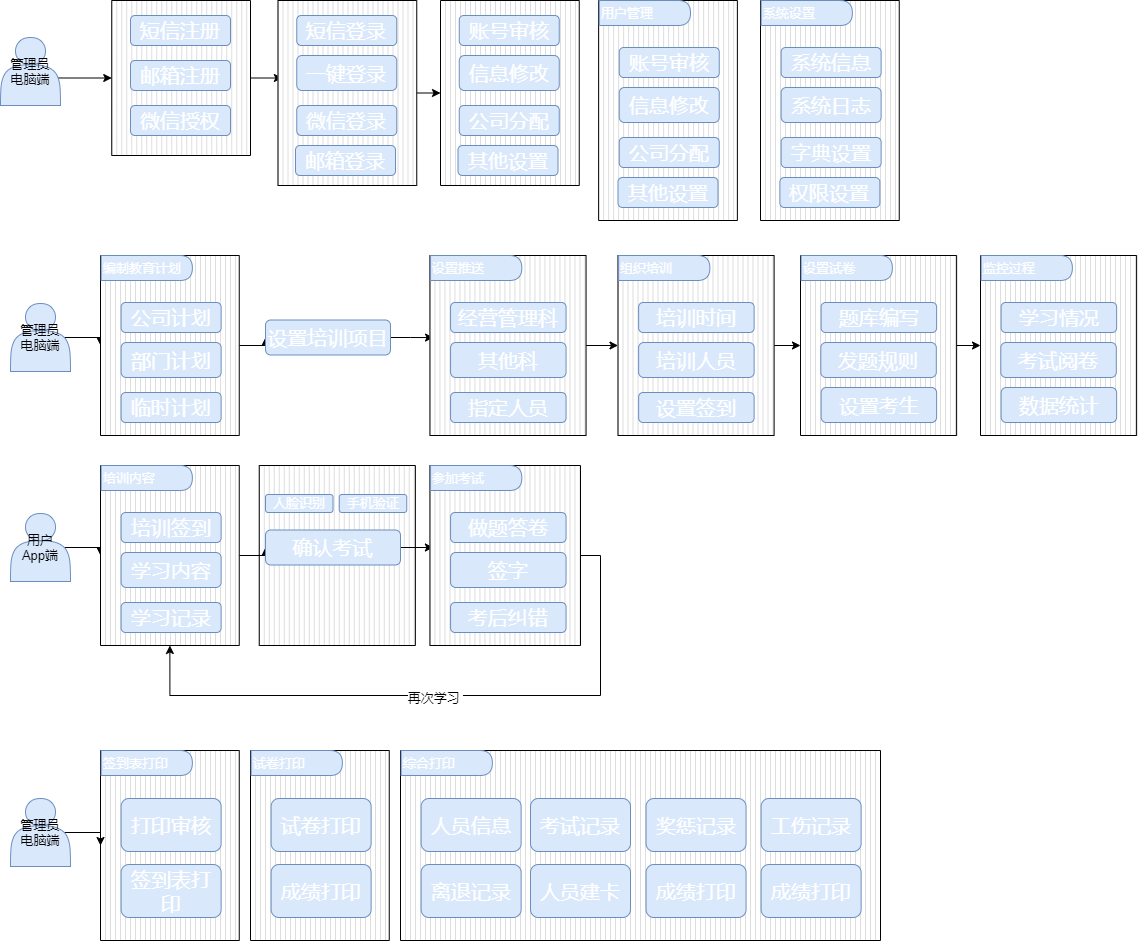
The draw.io diagram Untitled Diagram.drawio.png in lenonjone/Toolkits, before a commit. Source tidied: cells renumbered, new cells last; positions are measured from the earlier drawing's top-left corner, leaving out a move shared by most shapes.
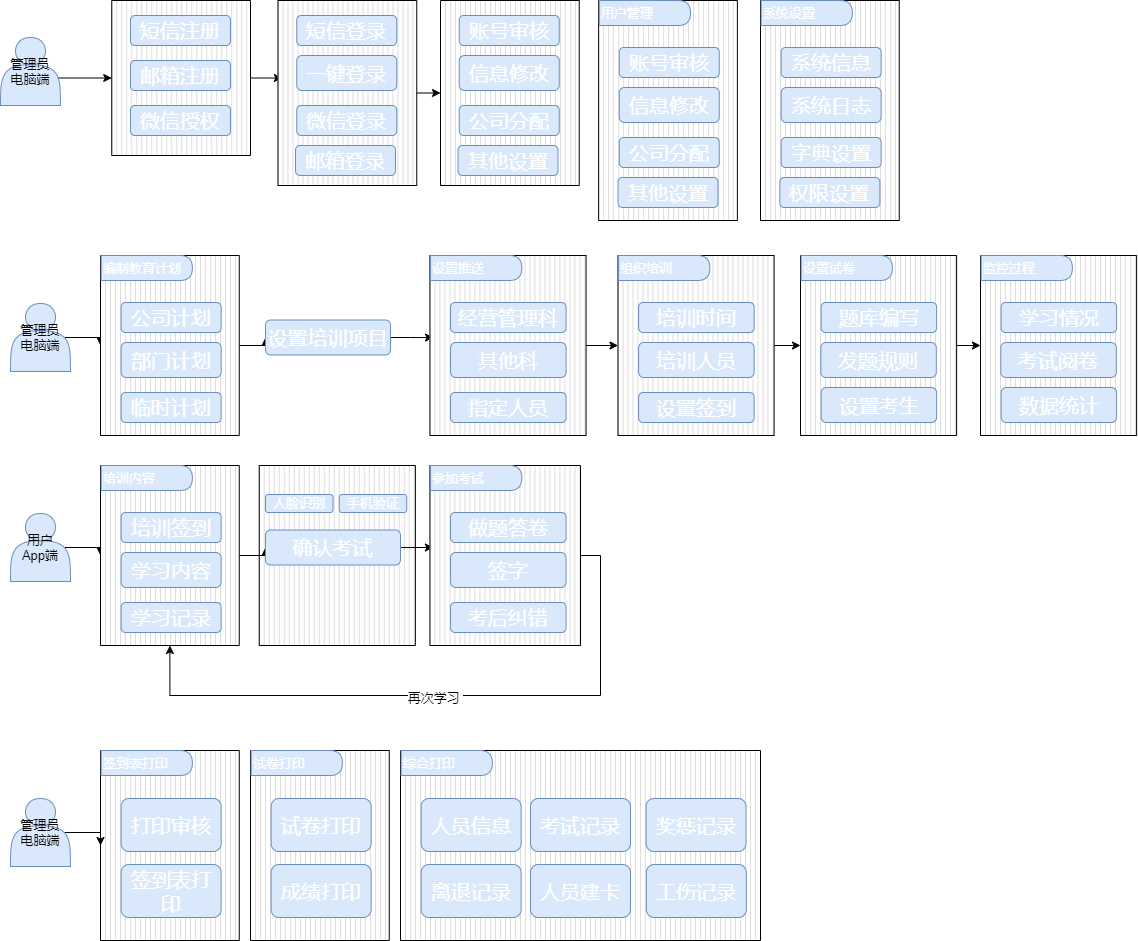
After the commit.

Diff of the diagram source:
```diff
@@ -290,7 +290,7 @@
       <mxGeometry x="250.6" y="750" width="91.2" height="25" as="geometry" />
     </mxCell>
     <mxCell id="95" style="verticalLabelPosition=bottom;verticalAlign=top;html=1;shape=mxgraph.basic.patternFillRect;fillStyle=vert;step=5;fillStrokeWidth=0.2;fillStrokeColor=#dddddd;fontSize=13;fontColor=#FFFFFF;" parent="1" vertex="1">
-      <mxGeometry x="400" y="750" width="480" height="190" as="geometry" />
+      <mxGeometry x="400" y="750" width="360" height="190" as="geometry" />
     </mxCell>
     <mxCell id="96" value="人员信息" style="rounded=1;whiteSpace=wrap;html=1;fillColor=#dae8fc;strokeColor=#6c8ebf;fontColor=#FFFFFF;fontStyle=0;fontSize=20;" parent="1" vertex="1">
       <mxGeometry x="420.6" y="798" width="100" height="53" as="geometry" />
@@ -310,14 +310,8 @@
     <mxCell id="101" value="奖惩记录" style="rounded=1;whiteSpace=wrap;html=1;fillColor=#dae8fc;strokeColor=#6c8ebf;fontColor=#FFFFFF;fontStyle=0;fontSize=20;" parent="1" vertex="1">
       <mxGeometry x="645.6" y="798" width="100" height="53" as="geometry" />
     </mxCell>
-    <mxCell id="102" value="成绩打印" style="rounded=1;whiteSpace=wrap;html=1;fillColor=#dae8fc;strokeColor=#6c8ebf;fontColor=#FFFFFF;fontStyle=0;fontSize=20;" parent="1" vertex="1">
-      <mxGeometry x="645.6" y="864" width="100" height="53" as="geometry" />
-    </mxCell>
     <mxCell id="103" value="工伤记录" style="rounded=1;whiteSpace=wrap;html=1;fillColor=#dae8fc;strokeColor=#6c8ebf;fontColor=#FFFFFF;fontStyle=0;fontSize=20;" parent="1" vertex="1">
-      <mxGeometry x="760.6" y="798" width="100" height="53" as="geometry" />
+      <mxGeometry x="645.9" y="864" width="100" height="53" as="geometry" />
     </mxCell>
-    <mxCell id="104" value="成绩打印" style="rounded=1;whiteSpace=wrap;html=1;fillColor=#dae8fc;strokeColor=#6c8ebf;fontColor=#FFFFFF;fontStyle=0;fontSize=20;" parent="1" vertex="1">
-      <mxGeometry x="760.6" y="864" width="100" height="53" as="geometry" />
-    </mxCell>
   </root>
 </mxGraphModel>
```
